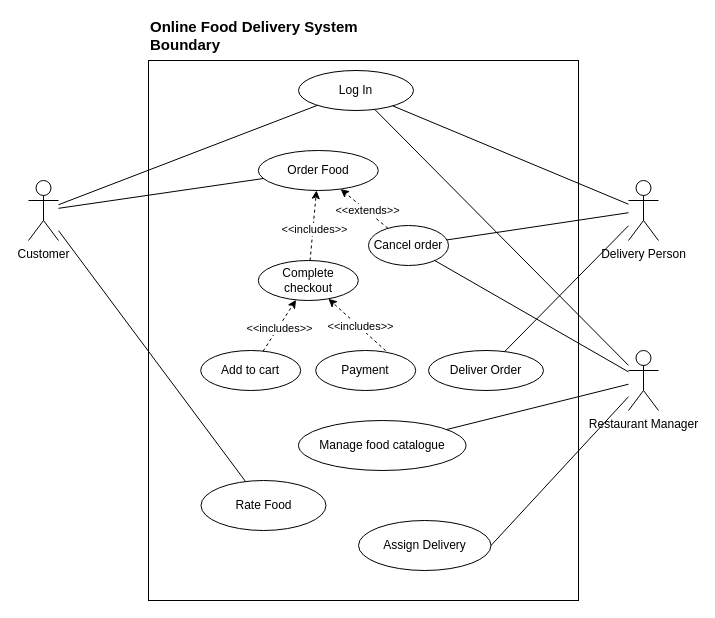
Earlier version of the draw.io diagram diagrams/Use Case/Use Case UML.drawio (callofthewild/hunger-buzz). Source tidied: cells renumbered, new cells numbered last; positions are measured from the earlier drawing's top-left corner, leaving out a move shared by most shapes. Both pictures are drawn from the tidied source at 100%, with x=0, y=0 at pixel (28, 20).
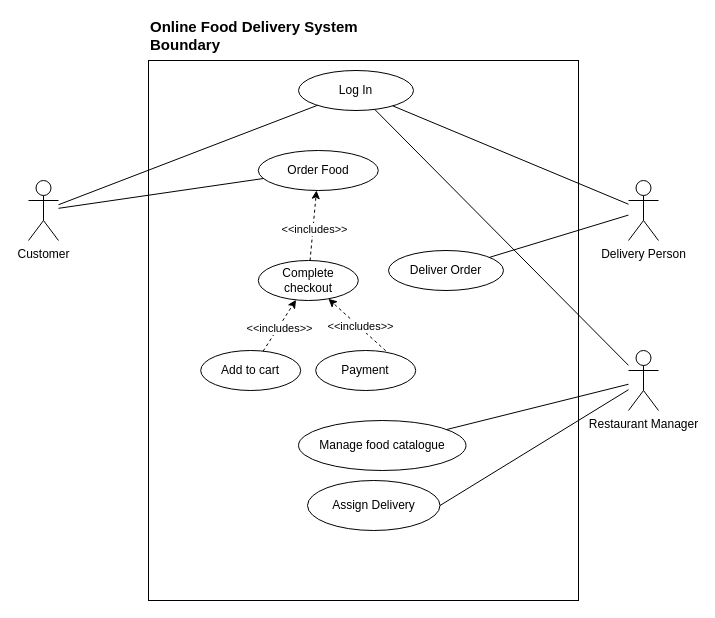
Above is the later version.

Unchanged cells that the change refers to:
```xml
<mxCell id="4" value="Customer" style="shape=umlActor;verticalLabelPosition=bottom;verticalAlign=top;html=1;outlineConnect=0;" parent="1" vertex="1">
  <mxGeometry y="160" width="30" height="60" as="geometry" />
</mxCell>
<mxCell id="5" value="Restaurant Manager" style="shape=umlActor;verticalLabelPosition=bottom;verticalAlign=top;html=1;outlineConnect=0;" parent="1" vertex="1">
  <mxGeometry x="600" y="330" width="30" height="60" as="geometry" />
</mxCell>
<mxCell id="7" value="Delivery Person" style="shape=umlActor;verticalLabelPosition=bottom;verticalAlign=top;html=1;outlineConnect=0;" parent="1" vertex="1">
  <mxGeometry x="600" y="160" width="30" height="60" as="geometry" />
</mxCell>
<mxCell id="8" value="Order Food" style="ellipse;whiteSpace=wrap;html=1;" parent="1" vertex="1">
  <mxGeometry x="229.8" y="130" width="120" height="40" as="geometry" />
</mxCell>
```

Change to the diagram source:
```diff
@@
-    <mxCell id="22" value="Cancel order" style="ellipse;whiteSpace=wrap;html=1;" parent="1" vertex="1">
-      <mxGeometry x="340" y="205" width="80" height="40" as="geometry" />
-    </mxCell>
-    <mxCell id="23" style="endArrow=classic;html=1;rounded=0;dashed=1;" parent="1" edge="1" source="22" target="8">
-      <mxGeometry relative="1" as="geometry" />
-    </mxCell>
-    <mxCell id="24" value="&amp;lt;&amp;lt;extends&amp;gt;&amp;gt;" style="edgeLabel;html=1;align=center;verticalAlign=middle;" parent="23" vertex="1">
-      <mxGeometry x="-0.08" y="-1" relative="1" as="geometry" />
-    </mxCell>
-    <mxCell id="25" style="endArrow=none;html=1;rounded=0;" parent="1" edge="1" source="22" target="7">
-      <mxGeometry relative="1" as="geometry" />
-    </mxCell>
-    <mxCell id="26" style="endArrow=none;html=1;rounded=0;" parent="1" edge="1" source="22" target="5">
-      <mxGeometry relative="1" as="geometry" />
-    </mxCell>
@@
     <mxCell id="28" value="Assign Delivery" style="ellipse;whiteSpace=wrap;html=1;" parent="1" vertex="1">
-      <mxGeometry x="330" y="500" width="132.5" height="50" as="geometry" />
+      <mxGeometry x="279" y="460" width="132.5" height="50" as="geometry" />
     </mxCell>
-    <mxCell id="29" value="Rate Food" style="ellipse;whiteSpace=wrap;html=1;" parent="1" vertex="1">
-      <mxGeometry x="172.5" y="460" width="125" height="50" as="geometry" />
-    </mxCell>
@@
-    <mxCell id="32" style="endArrow=none;html=1;rounded=0;" parent="1" edge="1" source="29" target="4">
-      <mxGeometry relative="1" as="geometry" />
-    </mxCell>
     <mxCell id="33" value="&lt;div&gt;Deliver Order&lt;/div&gt;" style="ellipse;whiteSpace=wrap;html=1;" parent="1" vertex="1">
-      <mxGeometry x="400" y="330" width="115" height="40" as="geometry" />
+      <mxGeometry x="360" y="230" width="115" height="40" as="geometry" />
     </mxCell>
```
